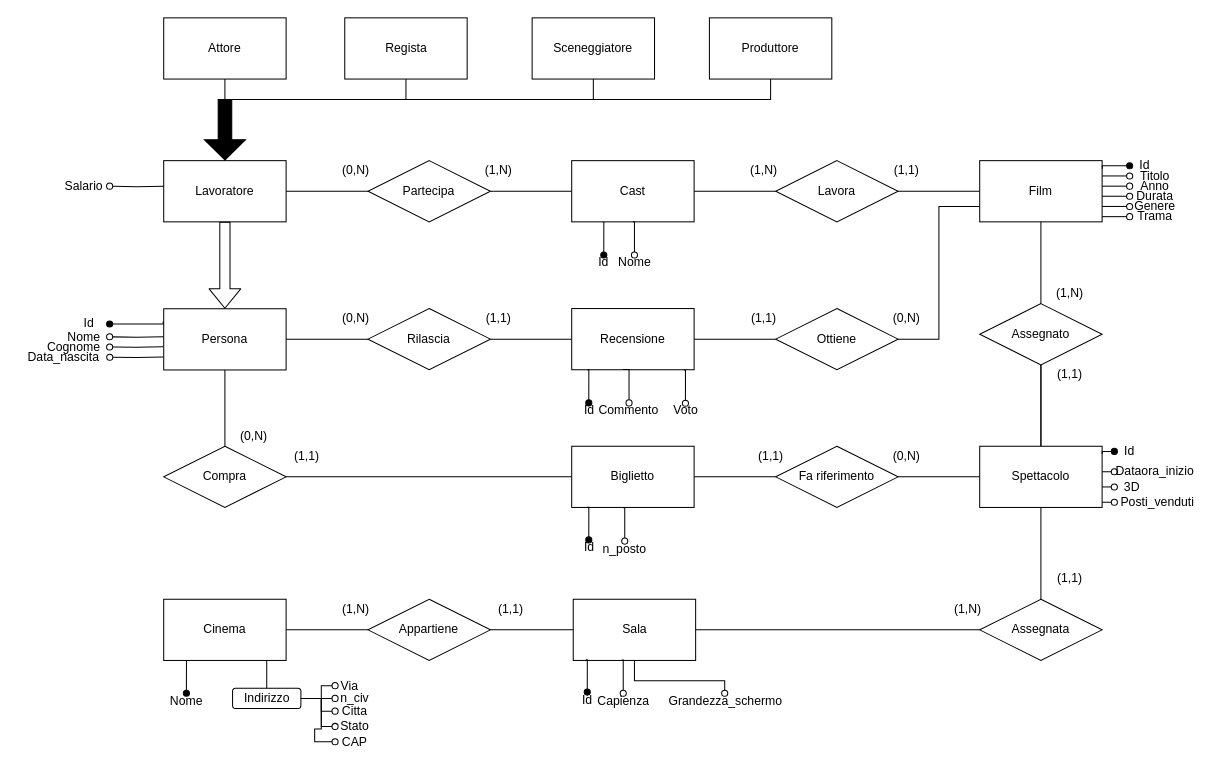
Earlier version of the draw.io diagram SchemaER.drawio (ToldoDM/UDBP). Source tidied: cells renumbered, new cells numbered last; positions are measured from the earlier drawing's top-left corner, leaving out a move shared by most shapes. Both pictures are drawn from the tidied source at 102%, with x=0, y=0 at pixel (17, 17).
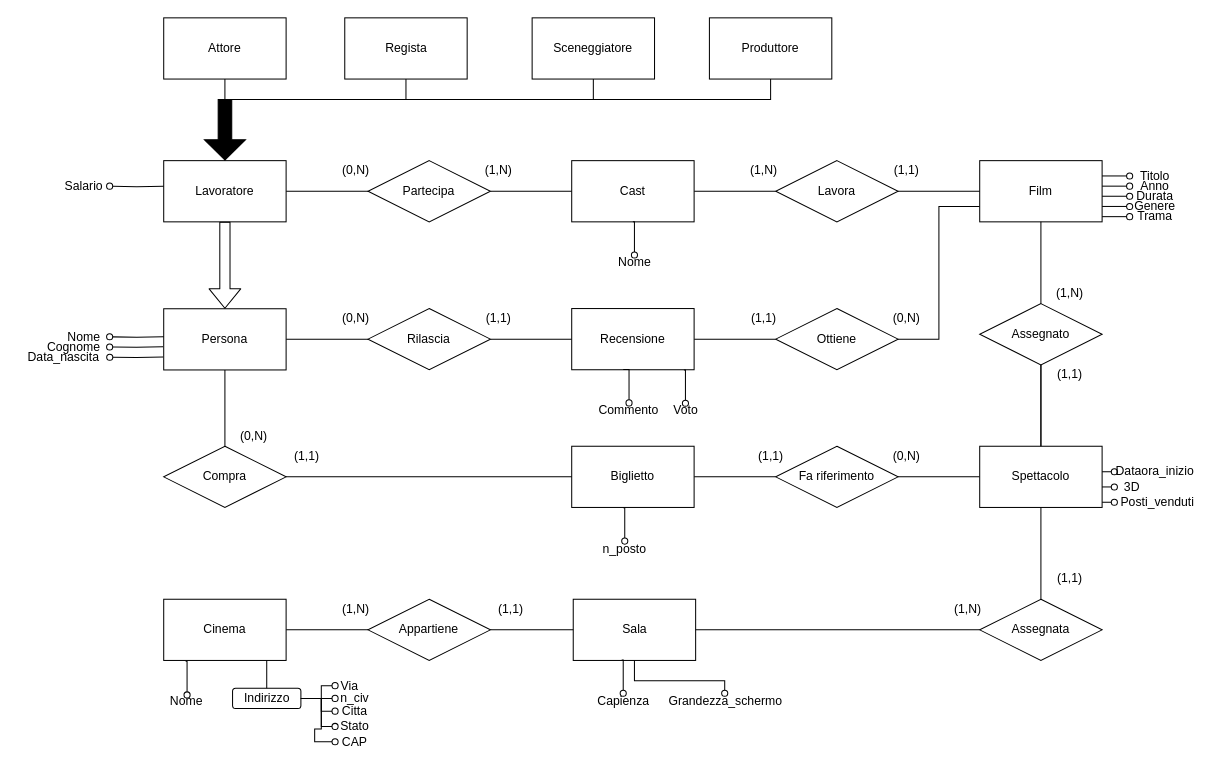
Above is the later version.

Commit message (it also covers changes not shown here):
Aggiornato schema er

Unchanged cells that the change refers to:
```xml
<mxCell id="11" value="Film" style="rounded=0;whiteSpace=wrap;html=1;" parent="1" vertex="1">
  <mxGeometry x="943" y="140" width="120" height="60" as="geometry" />
</mxCell>
<mxCell id="18" value="Cast" style="rounded=0;whiteSpace=wrap;html=1;" parent="1" vertex="1">
  <mxGeometry x="543" y="140" width="120" height="60" as="geometry" />
</mxCell>
<mxCell id="104" value="Nome" style="text;html=1;strokeColor=none;fillColor=none;align=center;verticalAlign=middle;whiteSpace=wrap;rounded=0;" parent="1" vertex="1">
  <mxGeometry x="150" y="662.2" width="30.5" height="15" as="geometry" />
</mxCell>
```

Change to the diagram source:
```diff
@@
-    <mxCell id="17" style="edgeStyle=orthogonalEdgeStyle;rounded=0;jettySize=auto;html=1;exitX=0.25;exitY=1;exitDx=0;exitDy=0;endArrow=oval;endFill=1;entryX=0.5;entryY=0;entryDx=0;entryDy=0;" parent="1" edge="1" source="18" target="46">
-      <mxGeometry relative="1" as="geometry">
-        <Array as="points">
-          <mxPoint x="574" y="200" />
-        </Array>
-      </mxGeometry>
-    </mxCell>
@@
-    <mxCell id="46" value="Id" style="text;html=1;strokeColor=none;fillColor=none;align=center;verticalAlign=middle;whiteSpace=wrap;rounded=0;" parent="1" vertex="1">
-      <mxGeometry x="559.2" y="232.5" width="30.5" height="15" as="geometry" />
-    </mxCell>
@@
-    <mxCell id="69" style="edgeStyle=orthogonalEdgeStyle;rounded=0;jettySize=auto;html=1;exitX=0;exitY=0.25;exitDx=0;exitDy=0;endArrow=oval;endFill=1;entryX=1;entryY=0.5;entryDx=0;entryDy=0;" parent="1" edge="1" target="70">
-      <mxGeometry relative="1" as="geometry">
-        <mxPoint x="142.5" y="297.7" as="sourcePoint" />
-        <Array as="points">
-          <mxPoint x="142" y="299.7" />
-        </Array>
-      </mxGeometry>
-    </mxCell>
-    <mxCell id="70" value="Id" style="text;html=1;strokeColor=none;fillColor=none;align=center;verticalAlign=middle;whiteSpace=wrap;rounded=0;" parent="1" vertex="1">
-      <mxGeometry x="50" y="292.7" width="40" height="15" as="geometry" />
-    </mxCell>
@@
-    <mxCell id="81" style="edgeStyle=orthogonalEdgeStyle;rounded=0;jettySize=auto;html=1;endArrow=oval;endFill=1;exitX=1.002;exitY=0.133;exitDx=0;exitDy=0;exitPerimeter=0;entryX=0;entryY=0.5;entryDx=0;entryDy=0;" parent="1" edge="1" source="11" target="82">
-      <mxGeometry relative="1" as="geometry">
-        <Array as="points">
-          <mxPoint x="1063" y="145" />
-        </Array>
-      </mxGeometry>
-    </mxCell>
-    <mxCell id="82" value="Id" style="text;html=1;strokeColor=none;fillColor=none;align=center;verticalAlign=middle;whiteSpace=wrap;rounded=0;" parent="1" vertex="1">
-      <mxGeometry x="1090" y="140" width="30" height="10.1" as="geometry" />
-    </mxCell>
@@
-    <mxCell id="93" style="edgeStyle=orthogonalEdgeStyle;rounded=0;jettySize=auto;html=1;exitX=0.25;exitY=1;exitDx=0;exitDy=0;endArrow=oval;endFill=1;entryX=0.5;entryY=0;entryDx=0;entryDy=0;" parent="1" edge="1" target="94">
-      <mxGeometry relative="1" as="geometry">
-        <mxPoint x="558.3" y="345" as="sourcePoint" />
-        <Array as="points">
-          <mxPoint x="559.3" y="345" />
-        </Array>
-      </mxGeometry>
-    </mxCell>
-    <mxCell id="94" value="Id" style="text;html=1;strokeColor=none;fillColor=none;align=center;verticalAlign=middle;whiteSpace=wrap;rounded=0;" parent="1" vertex="1">
-      <mxGeometry x="544.5" y="377.5" width="30.5" height="15" as="geometry" />
-    </mxCell>
@@
-    <mxCell id="99" style="edgeStyle=orthogonalEdgeStyle;rounded=0;jettySize=auto;html=1;exitX=0.25;exitY=1;exitDx=0;exitDy=0;endArrow=oval;endFill=1;entryX=0.5;entryY=0;entryDx=0;entryDy=0;" parent="1" edge="1" target="100">
-      <mxGeometry relative="1" as="geometry">
-        <mxPoint x="558.1" y="479.7" as="sourcePoint" />
-        <Array as="points">
-          <mxPoint x="559.3" y="479.3" />
-        </Array>
-      </mxGeometry>
-    </mxCell>
-    <mxCell id="100" value="Id" style="text;html=1;strokeColor=none;fillColor=none;align=center;verticalAlign=middle;whiteSpace=wrap;rounded=0;" parent="1" vertex="1">
-      <mxGeometry x="544.5" y="511.8" width="30.5" height="15" as="geometry" />
-    </mxCell>
@@
-    <mxCell id="103" style="edgeStyle=orthogonalEdgeStyle;rounded=0;jettySize=auto;html=1;exitX=0.25;exitY=1;exitDx=0;exitDy=0;endArrow=oval;endFill=1;entryX=0.5;entryY=0;entryDx=0;entryDy=0;" parent="1" edge="1" target="104">
-      <mxGeometry relative="1" as="geometry">
-        <mxPoint x="163.6" y="630" as="sourcePoint" />
-        <Array as="points">
-          <mxPoint x="164.8" y="629.7" />
-        </Array>
-      </mxGeometry>
-    </mxCell>
@@
-    <mxCell id="117" style="edgeStyle=orthogonalEdgeStyle;rounded=0;jettySize=auto;html=1;endArrow=oval;endFill=1;exitX=1.002;exitY=0.133;exitDx=0;exitDy=0;exitPerimeter=0;entryX=0;entryY=0.5;entryDx=0;entryDy=0;" parent="1" edge="1" target="118">
-      <mxGeometry relative="1" as="geometry">
-        <mxPoint x="1063.1" y="427.6" as="sourcePoint" />
-        <Array as="points">
-          <mxPoint x="1063" y="425" />
-        </Array>
-      </mxGeometry>
-    </mxCell>
-    <mxCell id="118" value="Id" style="text;html=1;strokeColor=none;fillColor=none;align=center;verticalAlign=middle;whiteSpace=wrap;rounded=0;" parent="1" vertex="1">
-      <mxGeometry x="1075" y="420" width="30" height="10.1" as="geometry" />
-    </mxCell>
@@
-    <mxCell id="123" style="edgeStyle=orthogonalEdgeStyle;rounded=0;jettySize=auto;html=1;exitX=0.25;exitY=1;exitDx=0;exitDy=0;endArrow=oval;endFill=1;entryX=0.5;entryY=0;entryDx=0;entryDy=0;" parent="1" edge="1" target="124">
-      <mxGeometry relative="1" as="geometry">
-        <mxPoint x="556.9" y="629.4" as="sourcePoint" />
-        <Array as="points">
-          <mxPoint x="557.8" y="628.5" />
-        </Array>
-      </mxGeometry>
-    </mxCell>
-    <mxCell id="124" value="Id" style="text;html=1;strokeColor=none;fillColor=none;align=center;verticalAlign=middle;whiteSpace=wrap;rounded=0;" parent="1" vertex="1">
-      <mxGeometry x="543" y="661" width="30.5" height="15" as="geometry" />
-    </mxCell>
@@
+    <mxCell id="131" style="edgeStyle=orthogonalEdgeStyle;rounded=0;orthogonalLoop=1;jettySize=auto;html=1;exitX=0.5;exitY=1;exitDx=0;exitDy=0;endArrow=oval;endFill=0;entryX=0.5;entryY=0;entryDx=0;entryDy=0;" parent="1" edge="1">
+      <mxGeometry relative="1" as="geometry">
+        <mxPoint x="164.5" y="630.8" as="sourcePoint" />
+        <mxPoint x="165.9" y="663.8" as="targetPoint" />
+      </mxGeometry>
+    </mxCell>
```
